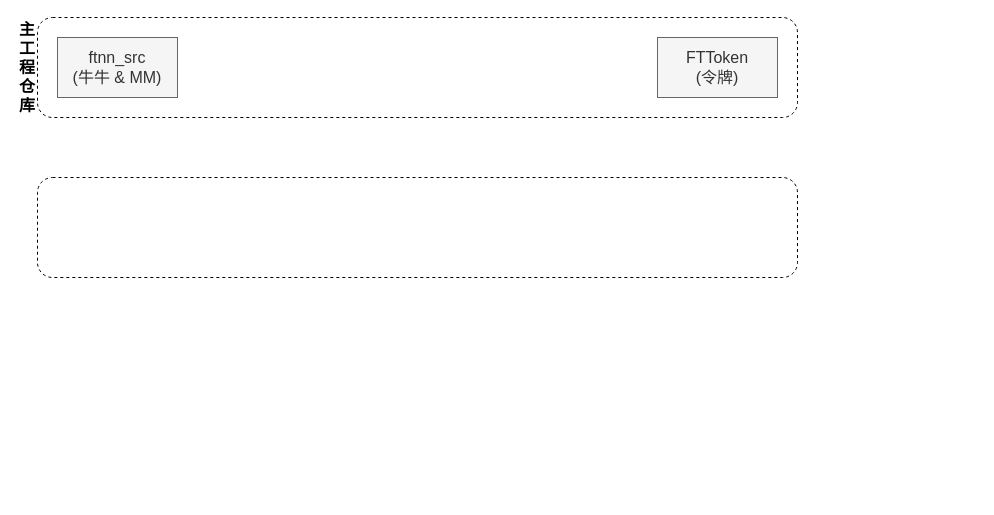
Before: Android开发流程文档.drawio in Cmdone/Draw.io, a draw.io diagram. Source tidied: cells renumbered, new cells numbered last; positions are measured from the earlier drawing's top-left corner, leaving out a move shared by most shapes. Both pictures are drawn from the tidied source at 100%, with x=0, y=0 at pixel (17, 17).
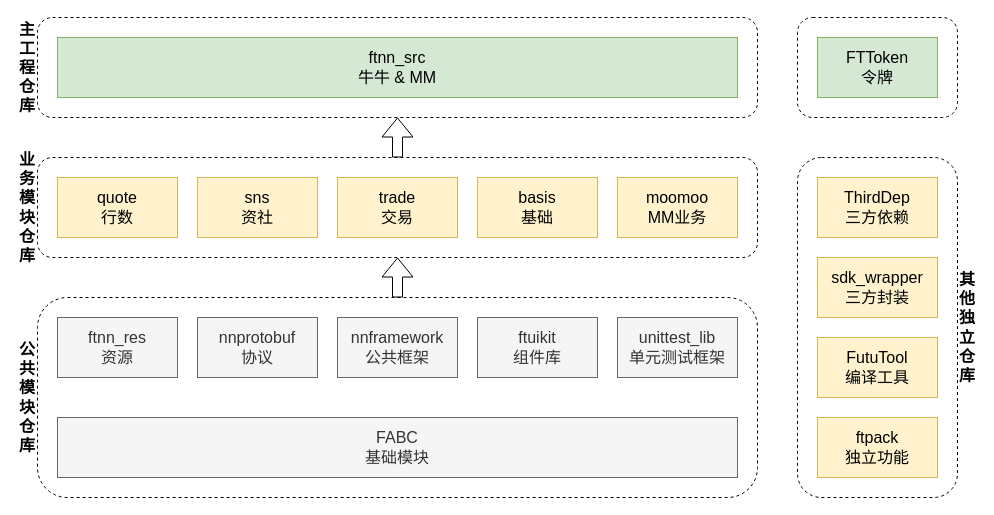
The same diagram, later.

Commit message (it also covers changes not shown here):
Update Android开发流程文档.drawio

What changed in the source:
```diff
@@
     <mxCell id="2" style="rounded=1;whiteSpace=wrap;html=1;fillColor=none;dashed=1;" parent="1" vertex="1">
-      <mxGeometry x="20" width="760" height="100" as="geometry" />
+      <mxGeometry x="20" width="720" height="100" as="geometry" />
     </mxCell>
@@
-    <mxCell id="4" value="ftnn_src&lt;br&gt;(牛牛 &amp;amp; MM)" style="rounded=0;whiteSpace=wrap;html=1;fontSize=16;fillColor=#f5f5f5;align=center;strokeColor=#666666;fontColor=#333333;" parent="1" vertex="1">
-      <mxGeometry x="40" y="20" width="120" height="60" as="geometry" />
+    <mxCell id="4" value="ftnn_src&lt;br&gt;牛牛 &amp;amp; MM" style="rounded=0;whiteSpace=wrap;html=1;fontSize=16;fillColor=#d5e8d4;align=center;strokeColor=#82b366;" parent="1" vertex="1">
+      <mxGeometry x="40" y="20" width="680" height="60" as="geometry" />
     </mxCell>
-    <mxCell id="5" value="FTToken&lt;br&gt;(令牌)" style="rounded=0;whiteSpace=wrap;html=1;fontSize=16;fillColor=#f5f5f5;align=center;strokeColor=#666666;fontColor=#333333;" parent="1" vertex="1">
-      <mxGeometry x="640" y="20" width="120" height="60" as="geometry" />
+    <mxCell id="5" value="FTToken&lt;br&gt;令牌" style="rounded=0;whiteSpace=wrap;html=1;fontSize=16;fillColor=#d5e8d4;align=center;strokeColor=#82b366;" parent="1" vertex="1">
+      <mxGeometry x="800" y="20" width="120" height="60" as="geometry" />
     </mxCell>
     <mxCell id="6" style="rounded=1;whiteSpace=wrap;html=1;fillColor=none;dashed=1;" parent="1" vertex="1">
-      <mxGeometry x="20" y="160" width="760" height="100" as="geometry" />
+      <mxGeometry x="20" y="140" width="720" height="100" as="geometry" />
     </mxCell>
+    <mxCell id="7" value="quote&lt;br&gt;行数" style="rounded=0;whiteSpace=wrap;html=1;fontSize=16;fillColor=#fff2cc;align=center;strokeColor=#d6b656;" parent="1" vertex="1">
+      <mxGeometry x="40" y="160" width="120" height="60" as="geometry" />
+    </mxCell>
+    <mxCell id="8" value="sns&lt;br&gt;资社" style="rounded=0;whiteSpace=wrap;html=1;fontSize=16;fillColor=#fff2cc;align=center;strokeColor=#d6b656;" parent="1" vertex="1">
+      <mxGeometry x="180" y="160" width="120" height="60" as="geometry" />
+    </mxCell>
+    <mxCell id="9" value="trade&lt;br&gt;交易" style="rounded=0;whiteSpace=wrap;html=1;fontSize=16;fillColor=#fff2cc;align=center;strokeColor=#d6b656;" parent="1" vertex="1">
+      <mxGeometry x="320" y="160" width="120" height="60" as="geometry" />
+    </mxCell>
+    <mxCell id="10" value="basis&lt;br&gt;基础" style="rounded=0;whiteSpace=wrap;html=1;fontSize=16;fillColor=#fff2cc;align=center;strokeColor=#d6b656;" parent="1" vertex="1">
+      <mxGeometry x="460" y="160" width="120" height="60" as="geometry" />
+    </mxCell>
+    <mxCell id="11" value="moomoo&lt;br&gt;MM业务" style="rounded=0;whiteSpace=wrap;html=1;fontSize=16;fillColor=#fff2cc;align=center;strokeColor=#d6b656;" parent="1" vertex="1">
+      <mxGeometry x="600" y="160" width="120" height="60" as="geometry" />
+    </mxCell>
+    <mxCell id="12" value="业务模块仓库" style="text;html=1;strokeColor=none;fillColor=none;align=left;verticalAlign=middle;whiteSpace=wrap;rounded=0;dashed=1;fontSize=16;fontStyle=1;" parent="1" vertex="1">
+      <mxGeometry y="140" width="20" height="100" as="geometry" />
+    </mxCell>
+    <mxCell id="13" style="rounded=1;whiteSpace=wrap;html=1;fillColor=none;dashed=1;" parent="1" vertex="1">
+      <mxGeometry x="20" y="280" width="720" height="200" as="geometry" />
+    </mxCell>
+    <mxCell id="14" value="ftnn_res&lt;br&gt;资源" style="rounded=0;whiteSpace=wrap;html=1;fontSize=16;fillColor=#f5f5f5;align=center;strokeColor=#666666;fontColor=#333333;" parent="1" vertex="1">
+      <mxGeometry x="40" y="300" width="120" height="60" as="geometry" />
+    </mxCell>
+    <mxCell id="15" value="nnprotobuf&lt;br&gt;协议" style="rounded=0;whiteSpace=wrap;html=1;fontSize=16;fillColor=#f5f5f5;align=center;strokeColor=#666666;fontColor=#333333;" parent="1" vertex="1">
+      <mxGeometry x="180" y="300" width="120" height="60" as="geometry" />
+    </mxCell>
+    <mxCell id="16" value="nnframework&lt;br&gt;公共框架" style="rounded=0;whiteSpace=wrap;html=1;fontSize=16;fillColor=#f5f5f5;align=center;strokeColor=#666666;fontColor=#333333;" parent="1" vertex="1">
+      <mxGeometry x="320" y="300" width="120" height="60" as="geometry" />
+    </mxCell>
+    <mxCell id="17" value="ftuikit&lt;br&gt;组件库" style="rounded=0;whiteSpace=wrap;html=1;fontSize=16;fillColor=#f5f5f5;align=center;strokeColor=#666666;fontColor=#333333;" parent="1" vertex="1">
+      <mxGeometry x="460" y="300" width="120" height="60" as="geometry" />
+    </mxCell>
+    <mxCell id="18" value="unittest_lib&lt;br&gt;单元测试框架" style="rounded=0;whiteSpace=wrap;html=1;fontSize=16;fillColor=#f5f5f5;align=center;strokeColor=#666666;fontColor=#333333;" parent="1" vertex="1">
+      <mxGeometry x="600" y="300" width="120" height="60" as="geometry" />
+    </mxCell>
+    <mxCell id="19" value="公共模块仓库" style="text;html=1;strokeColor=none;fillColor=none;align=left;verticalAlign=middle;whiteSpace=wrap;rounded=0;dashed=1;fontSize=16;fontStyle=1;" parent="1" vertex="1">
+      <mxGeometry y="280" width="20" height="200" as="geometry" />
+    </mxCell>
+    <mxCell id="20" value="FABC&lt;br&gt;基础模块" style="rounded=0;whiteSpace=wrap;html=1;fontSize=16;fillColor=#f5f5f5;align=center;strokeColor=#666666;fontColor=#333333;" parent="1" vertex="1">
+      <mxGeometry x="40" y="400" width="680" height="60" as="geometry" />
+    </mxCell>
+    <mxCell id="21" style="shape=flexArrow;endArrow=classic;html=1;fontSize=16;" parent="1" edge="1" source="13" target="6">
+      <mxGeometry relative="1" as="geometry" />
+    </mxCell>
+    <mxCell id="22" style="rounded=1;whiteSpace=wrap;html=1;fillColor=none;dashed=1;" parent="1" vertex="1">
+      <mxGeometry x="780" width="160" height="100" as="geometry" />
+    </mxCell>
+    <mxCell id="23" style="shape=flexArrow;endArrow=classic;html=1;fontSize=16;" parent="1" edge="1" source="6" target="2">
+      <mxGeometry relative="1" as="geometry" />
+    </mxCell>
+    <mxCell id="24" style="rounded=1;whiteSpace=wrap;html=1;fillColor=none;dashed=1;" parent="1" vertex="1">
+      <mxGeometry x="780" y="140" width="160" height="340" as="geometry" />
+    </mxCell>
+    <mxCell id="25" value="ThirdDep&lt;br&gt;三方依赖" style="rounded=0;whiteSpace=wrap;html=1;fontSize=16;fillColor=#fff2cc;align=center;strokeColor=#d6b656;" parent="1" vertex="1">
+      <mxGeometry x="800" y="160" width="120" height="60" as="geometry" />
+    </mxCell>
+    <mxCell id="26" value="sdk_wrapper&lt;br&gt;三方封装" style="rounded=0;whiteSpace=wrap;html=1;fontSize=16;fillColor=#fff2cc;align=center;strokeColor=#d6b656;" parent="1" vertex="1">
+      <mxGeometry x="800" y="240" width="120" height="60" as="geometry" />
+    </mxCell>
+    <mxCell id="27" value="FutuTool&lt;br&gt;编译工具" style="rounded=0;whiteSpace=wrap;html=1;fontSize=16;fillColor=#fff2cc;align=center;strokeColor=#d6b656;" parent="1" vertex="1">
+      <mxGeometry x="800" y="320" width="120" height="60" as="geometry" />
+    </mxCell>
+    <mxCell id="28" value="ftpack&lt;br&gt;独立功能" style="rounded=0;whiteSpace=wrap;html=1;fontSize=16;fillColor=#fff2cc;align=center;strokeColor=#d6b656;" parent="1" vertex="1">
+      <mxGeometry x="800" y="400" width="120" height="60" as="geometry" />
+    </mxCell>
+    <mxCell id="29" value="其他独立仓库" style="text;html=1;strokeColor=none;fillColor=none;align=left;verticalAlign=middle;whiteSpace=wrap;rounded=0;dashed=1;fontSize=16;fontStyle=1;" parent="1" vertex="1">
+      <mxGeometry x="940" y="140" width="20" height="340" as="geometry" />
+    </mxCell>
```
